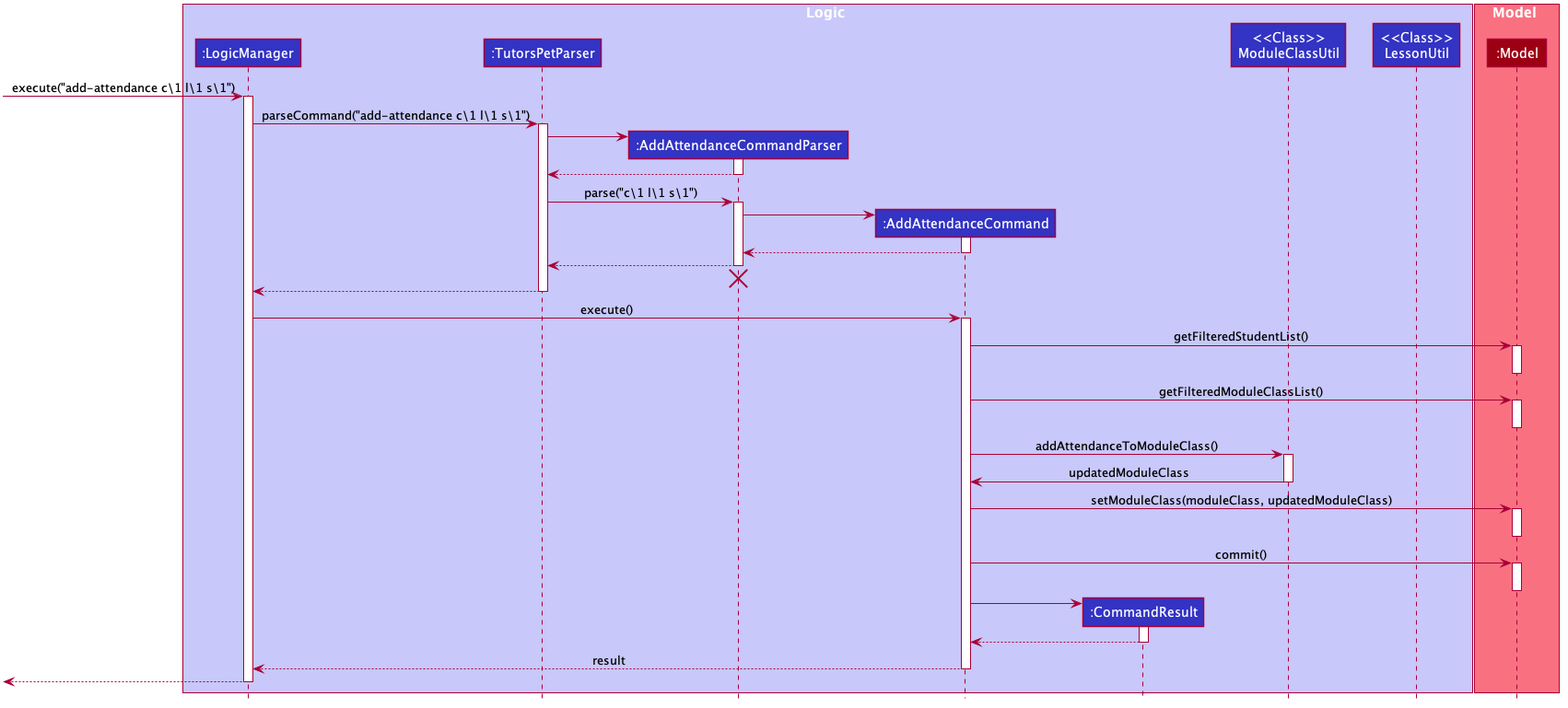
Before: docs/images/AddAttendanceSequenceDiagram.png, a diagram exported from PlantUML (ypinhsuan/tp). The source it was exported from:
```plantuml
@startuml








skinparam BackgroundColor #FFFFFFF

skinparam Shadowing false

skinparam Class {
    FontColor #FFFFFF
    BorderThickness 1
    BorderColor #FFFFFF
    StereotypeFontColor #FFFFFF
    FontName Arial
}

skinparam Actor {
    BorderColor #000000
    Color #000000
    FontName Arial
}

skinparam Sequence {
    MessageAlign center
    BoxFontSize 15
    BoxPadding 0
    BoxFontColor #FFFFFF
    FontName Arial
}

skinparam Participant {
    FontColor #FFFFFFF
    Padding 20
}

skinparam MinClassWidth 50
skinparam ParticipantPadding 10
skinparam Shadowing false
skinparam DefaultTextAlignment center
skinparam packageStyle Rectangle

hide footbox
hide members
hide circle

box Logic #C8C8FA
participant ":LogicManager" as LogicManager #3333C4
participant ":TutorsPetParser" as TutorsPetParser #3333C4
participant ":AddAttendanceCommandParser" as AddAttendanceCommandParser #3333C4
participant ":AddAttendanceCommand" as AddAttendanceCommand #3333C4
participant ":CommandResult" as CommandResult #3333C4
participant "<<Class>>\nModuleClassUtil" as ModuleClassUtil #3333C4
participant "<<Class>>\nLessonUtil" as LessonUtil #3333C4
end box

box Model #F97181
participant ":Model" as Model #9D0012
end box

[-> LogicManager : execute("add-attendance c\1 l\1 s\1")
activate LogicManager

LogicManager -> TutorsPetParser : parseCommand("add-attendance c\1 l\1 s\1")
activate TutorsPetParser

create AddAttendanceCommandParser
TutorsPetParser -> AddAttendanceCommandParser
activate AddAttendanceCommandParser

AddAttendanceCommandParser --> TutorsPetParser
deactivate AddAttendanceCommandParser

TutorsPetParser -> AddAttendanceCommandParser: parse("c\1 l\1 s\1")
activate AddAttendanceCommandParser

create AddAttendanceCommand
AddAttendanceCommandParser -> AddAttendanceCommand
activate AddAttendanceCommand

AddAttendanceCommand --> AddAttendanceCommandParser
deactivate AddAttendanceCommand

AddAttendanceCommandParser --> TutorsPetParser
deactivate AddAttendanceCommandParser
AddAttendanceCommandParser -[hidden]-> TutorsPetParser
destroy AddAttendanceCommandParser

TutorsPetParser --> LogicManager
deactivate TutorsPetParser

LogicManager -> AddAttendanceCommand : execute()
activate AddAttendanceCommand

AddAttendanceCommand -> Model : getFilteredStudentList()
activate Model
deactivate Model

AddAttendanceCommand -> Model : getFilteredModuleClassList()
activate Model
deactivate Model

AddAttendanceCommand -> ModuleClassUtil : addAttendanceToModuleClass()
activate ModuleClassUtil

ModuleClassUtil -> AddAttendanceCommand : updatedModuleClass
deactivate ModuleClassUtil

AddAttendanceCommand -> Model : setModuleClass(moduleClass, updatedModuleClass)
activate Model
deactivate Model

AddAttendanceCommand -> Model : commit()
activate Model
deactivate Model

create CommandResult
AddAttendanceCommand -> CommandResult
activate CommandResult

CommandResult --> AddAttendanceCommand
deactivate CommandResult

AddAttendanceCommand --> LogicManager : result
deactivate AddAttendanceCommand

[<--LogicManager
deactivate LogicManager
@enduml
```
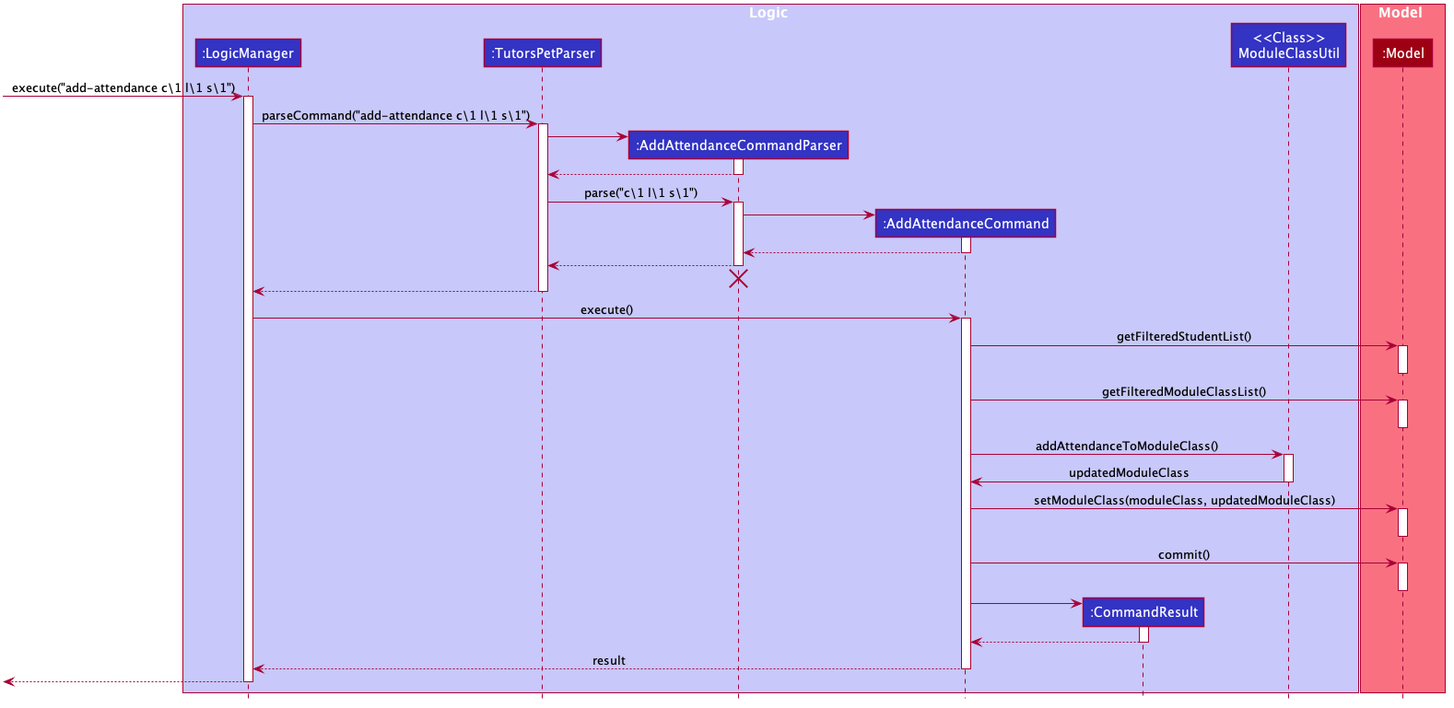
Above is the later version.

Change to the diagram source:
```diff
@@ -55,7 +55,6 @@
 participant ":AddAttendanceCommand" as AddAttendanceCommand #3333C4
 participant ":CommandResult" as CommandResult #3333C4
 participant "<<Class>>\nModuleClassUtil" as ModuleClassUtil #3333C4
-participant "<<Class>>\nLessonUtil" as LessonUtil #3333C4
 end box
 
 box Model #F97181
```
